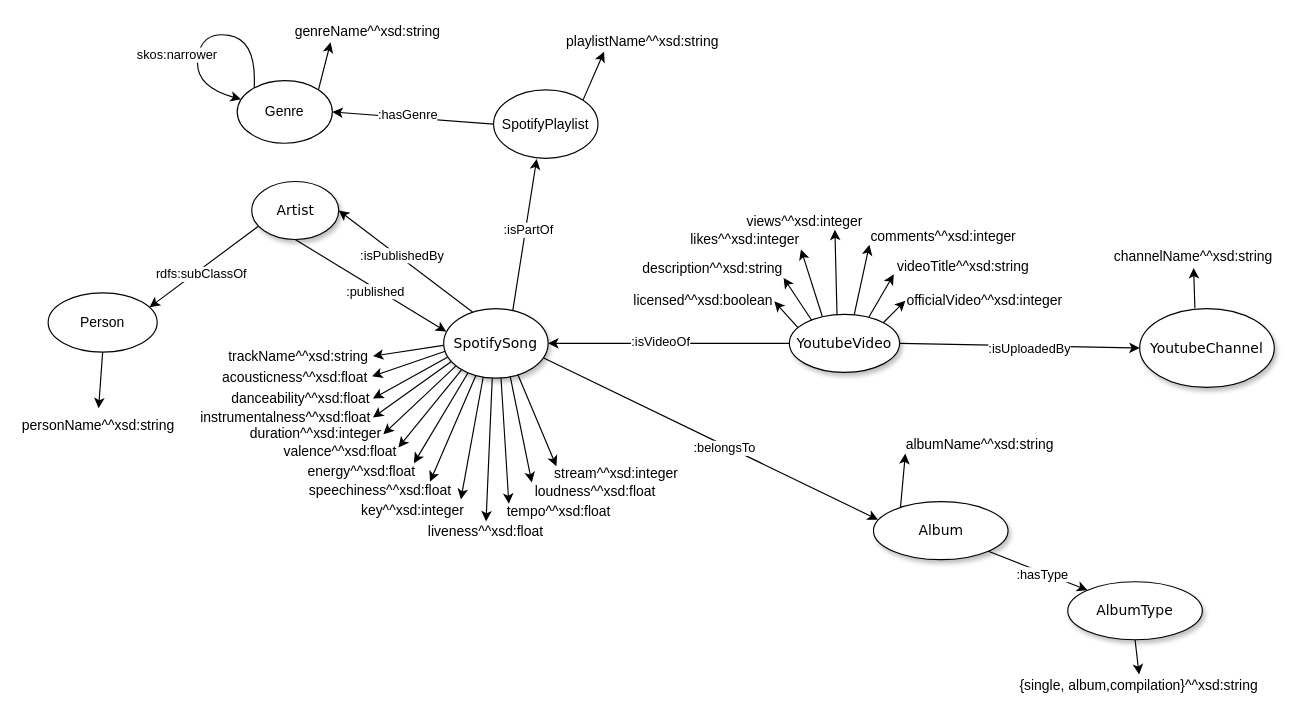
The draw.io diagram Ontology/syOntology.drawio in GianlucaAntolini/FRANGI_DB2, before the edit. Source tidied: cells renumbered, new cells numbered last; positions are measured from the earlier drawing's top-left corner, leaving out a move shared by most shapes. Both pictures are drawn from the tidied source at 116%, with x=0, y=0 at pixel (20, 20).
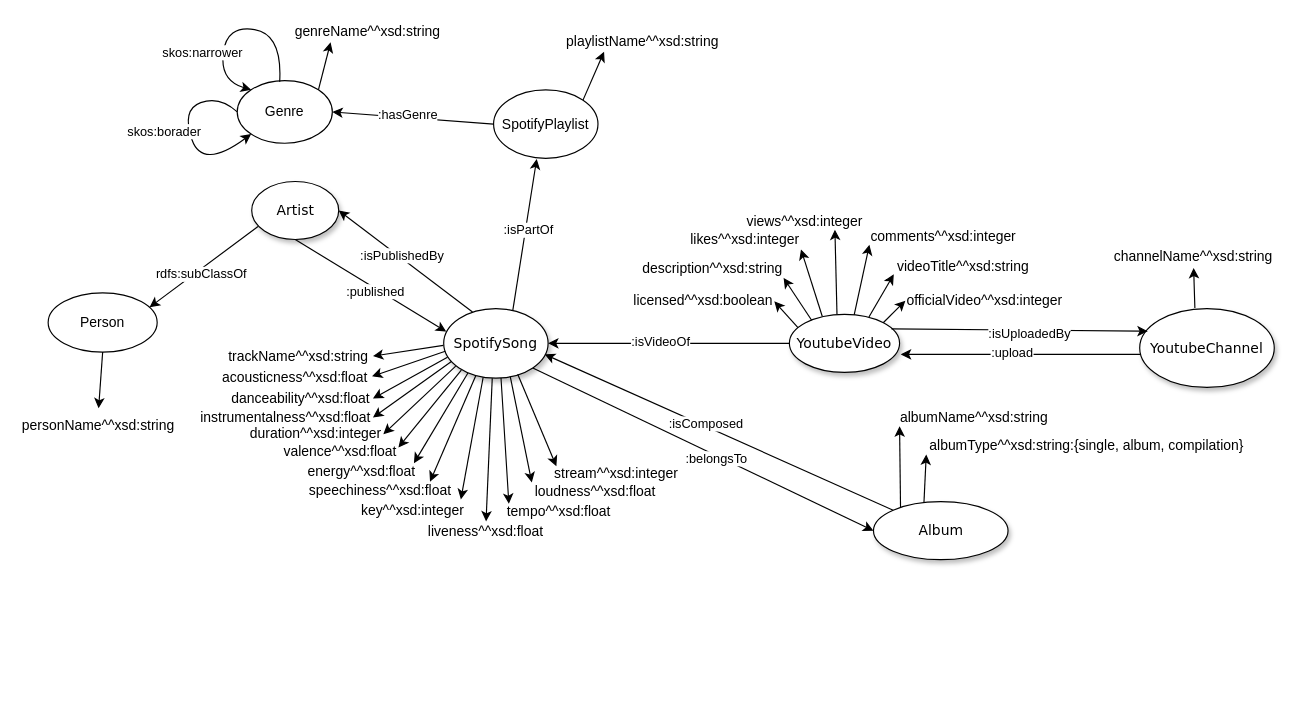
After the change.

Unchanged cells that the change refers to:
```xml
<mxCell id="2" value="SpotifySong" style="ellipse;whiteSpace=wrap;html=1;rounded=0;shadow=1;comic=0;labelBackgroundColor=none;strokeWidth=1;fontFamily=Verdana;fontSize=12;align=center;" parent="1" vertex="1">
  <mxGeometry x="365" y="248.5" width="90" height="60" as="geometry" />
</mxCell>
<mxCell id="3" value="&lt;span&gt;Album&lt;br&gt;&lt;/span&gt;" style="ellipse;whiteSpace=wrap;html=1;rounded=0;shadow=1;comic=0;labelBackgroundColor=none;strokeWidth=1;fontFamily=Verdana;fontSize=12;align=center;" parent="1" vertex="1">
  <mxGeometry x="735.5" y="415" width="116" height="50" as="geometry" />
</mxCell>
<mxCell id="5" value="YoutubeVideo" style="ellipse;whiteSpace=wrap;html=1;rounded=0;shadow=1;comic=0;labelBackgroundColor=none;strokeWidth=1;fontFamily=Verdana;fontSize=12;align=center;" parent="1" vertex="1">
  <mxGeometry x="663" y="253.5" width="95" height="50" as="geometry" />
</mxCell>
<mxCell id="6" value="YoutubeChannel" style="ellipse;whiteSpace=wrap;html=1;rounded=0;shadow=1;comic=0;labelBackgroundColor=none;strokeWidth=1;fontFamily=Verdana;fontSize=12;align=center;" parent="1" vertex="1">
  <mxGeometry x="965" y="248.5" width="116" height="68" as="geometry" />
</mxCell>
<mxCell id="9" value="Genre" style="ellipse;whiteSpace=wrap;html=1;" parent="1" vertex="1">
  <mxGeometry x="187" y="52" width="82" height="54" as="geometry" />
</mxCell>
```

Change to the diagram source:
```diff
@@
-    <mxCell id="19" style="curved=1;endArrow=classic;html=1;rounded=0;exitX=0.178;exitY=0.113;exitDx=0;exitDy=0;exitPerimeter=0;entryX=0.04;entryY=0.298;entryDx=0;entryDy=0;entryPerimeter=0;" parent="1" edge="1" source="9" target="9">
+    <mxCell id="19" style="curved=1;endArrow=classic;html=1;rounded=0;exitX=0.178;exitY=0.113;exitDx=0;exitDy=0;exitPerimeter=0;entryX=0;entryY=0;entryDx=0;entryDy=0;" parent="1" edge="1" target="9">
       <mxGeometry relative="1" as="geometry">
+        <mxPoint x="223.6" y="53.1" as="sourcePoint" />
         <Array as="points">
-          <mxPoint x="204" y="17" />
-          <mxPoint x="156" y="9" />
-          <mxPoint x="150" y="57" />
+          <mxPoint x="226" y="12" />
+          <mxPoint x="178" y="4" />
+          <mxPoint x="172" y="52" />
         </Array>
       </mxGeometry>
     </mxCell>
@@
-    <mxCell id="36" style="endArrow=classic;html=1;rounded=0;exitX=1;exitY=0.5;exitDx=0;exitDy=0;entryX=0;entryY=0.5;entryDx=0;entryDy=0;" parent="1" edge="1" source="5" target="6">
+    <mxCell id="36" style="endArrow=classic;html=1;rounded=0;exitX=0.926;exitY=0.25;exitDx=0;exitDy=0;entryX=0.06;entryY=0.287;entryDx=0;entryDy=0;exitPerimeter=0;entryPerimeter=0;" parent="1" edge="1" source="5" target="6">
       <mxGeometry relative="1" as="geometry" />
     </mxCell>
@@
-    <mxCell id="40" style="endArrow=classic;html=1;rounded=0;exitX=0.958;exitY=0.709;exitDx=0;exitDy=0;entryX=0.034;entryY=0.31;entryDx=0;entryDy=0;exitPerimeter=0;entryPerimeter=0;" parent="1" edge="1" source="2" target="3">
+    <mxCell id="40" style="endArrow=classic;html=1;rounded=0;exitX=1;exitY=1;exitDx=0;exitDy=0;entryX=0;entryY=0.5;entryDx=0;entryDy=0;" parent="1" edge="1" source="2" target="3">
       <mxGeometry relative="1" as="geometry" />
     </mxCell>
@@
     <mxCell id="42" value="albumName^^xsd:string" style="text;html=1;strokeColor=none;fillColor=none;align=center;verticalAlign=middle;whiteSpace=wrap;rounded=0;" parent="1" vertex="1">
-      <mxGeometry x="763" y="351" width="129" height="30" as="geometry" />
+      <mxGeometry x="758" y="327.5" width="129" height="30" as="geometry" />
     </mxCell>
@@
-    <mxCell id="44" value="&lt;span&gt;AlbumType&lt;br&gt;&lt;/span&gt;" style="ellipse;whiteSpace=wrap;html=1;rounded=0;shadow=1;comic=0;labelBackgroundColor=none;strokeWidth=1;fontFamily=Verdana;fontSize=12;align=center;" parent="1" vertex="1">
-      <mxGeometry x="903" y="484" width="116" height="50" as="geometry" />
-    </mxCell>
-    <mxCell id="45" style="endArrow=classic;html=1;rounded=0;exitX=1;exitY=1;exitDx=0;exitDy=0;entryX=0;entryY=0;entryDx=0;entryDy=0;" parent="1" edge="1" source="3" target="44">
-      <mxGeometry relative="1" as="geometry" />
-    </mxCell>
-    <mxCell id="46" value=":hasType" style="edgeLabel;html=1;align=center;verticalAlign=middle;" parent="45" vertex="1">
-      <mxGeometry x="0.08" y="-2" relative="1" as="geometry" />
-    </mxCell>
-    <mxCell id="47" value="{single, album,compilation}^^xsd:string" style="text;html=1;strokeColor=none;fillColor=none;align=center;verticalAlign=middle;whiteSpace=wrap;rounded=0;" parent="1" vertex="1">
-      <mxGeometry x="855" y="564" width="219" height="20" as="geometry" />
-    </mxCell>
-    <mxCell id="48" style="endArrow=classic;html=1;rounded=0;entryX=0.5;entryY=0;entryDx=0;entryDy=0;exitX=0.5;exitY=1;exitDx=0;exitDy=0;" parent="1" edge="1" source="44" target="47">
-      <mxGeometry relative="1" as="geometry" />
-    </mxCell>
@@
+    <mxCell id="83" value="albumType^^xsd:string:{single, album, compilation}" style="text;html=1;strokeColor=none;fillColor=none;align=center;verticalAlign=middle;whiteSpace=wrap;rounded=0;" parent="1" vertex="1">
+      <mxGeometry x="781" y="351.8" width="277" height="30" as="geometry" />
+    </mxCell>
+    <mxCell id="84" style="endArrow=classic;html=1;rounded=0;entryX=0;entryY=0.75;entryDx=0;entryDy=0;exitX=0.375;exitY=0.02;exitDx=0;exitDy=0;exitPerimeter=0;" parent="1" edge="1" source="3" target="83">
+      <mxGeometry relative="1" as="geometry" />
+    </mxCell>
+    <mxCell id="85" style="endArrow=classic;html=1;rounded=0;exitX=0;exitY=0;exitDx=0;exitDy=0;entryX=0.967;entryY=0.658;entryDx=0;entryDy=0;entryPerimeter=0;" parent="1" edge="1" source="3" target="2">
+      <mxGeometry relative="1" as="geometry" />
+    </mxCell>
+    <mxCell id="86" value=":isComposed" style="edgeLabel;html=1;align=center;verticalAlign=middle;" parent="85" vertex="1">
+      <mxGeometry x="0.08" y="-2" relative="1" as="geometry" />
+    </mxCell>
+    <mxCell id="87" style="endArrow=classic;html=1;rounded=0;entryX=1.011;entryY=0.69;entryDx=0;entryDy=0;entryPerimeter=0;" parent="1" edge="1" target="5">
+      <mxGeometry relative="1" as="geometry">
+        <mxPoint x="966" y="288" as="sourcePoint" />
+      </mxGeometry>
+    </mxCell>
+    <mxCell id="88" value=":upload" style="edgeLabel;html=1;align=center;verticalAlign=middle;" parent="87" vertex="1">
+      <mxGeometry x="0.08" y="-2" relative="1" as="geometry" />
+    </mxCell>
+    <mxCell id="89" style="curved=1;endArrow=classic;html=1;rounded=0;exitX=0;exitY=0.5;exitDx=0;exitDy=0;entryX=0;entryY=1;entryDx=0;entryDy=0;" parent="1" edge="1" source="9" target="9">
+      <mxGeometry relative="1" as="geometry">
+        <Array as="points">
+          <mxPoint x="172" y="65" />
+          <mxPoint x="139" y="77" />
+          <mxPoint x="157" y="129" />
+        </Array>
+      </mxGeometry>
+    </mxCell>
+    <mxCell id="90" value="skos:borader" style="edgeLabel;html=1;align=center;verticalAlign=middle;" parent="89" vertex="1">
+      <mxGeometry x="-0.58" y="5" relative="1" as="geometry">
+        <mxPoint x="-38" y="21" as="offset" />
+      </mxGeometry>
+    </mxCell>
```
